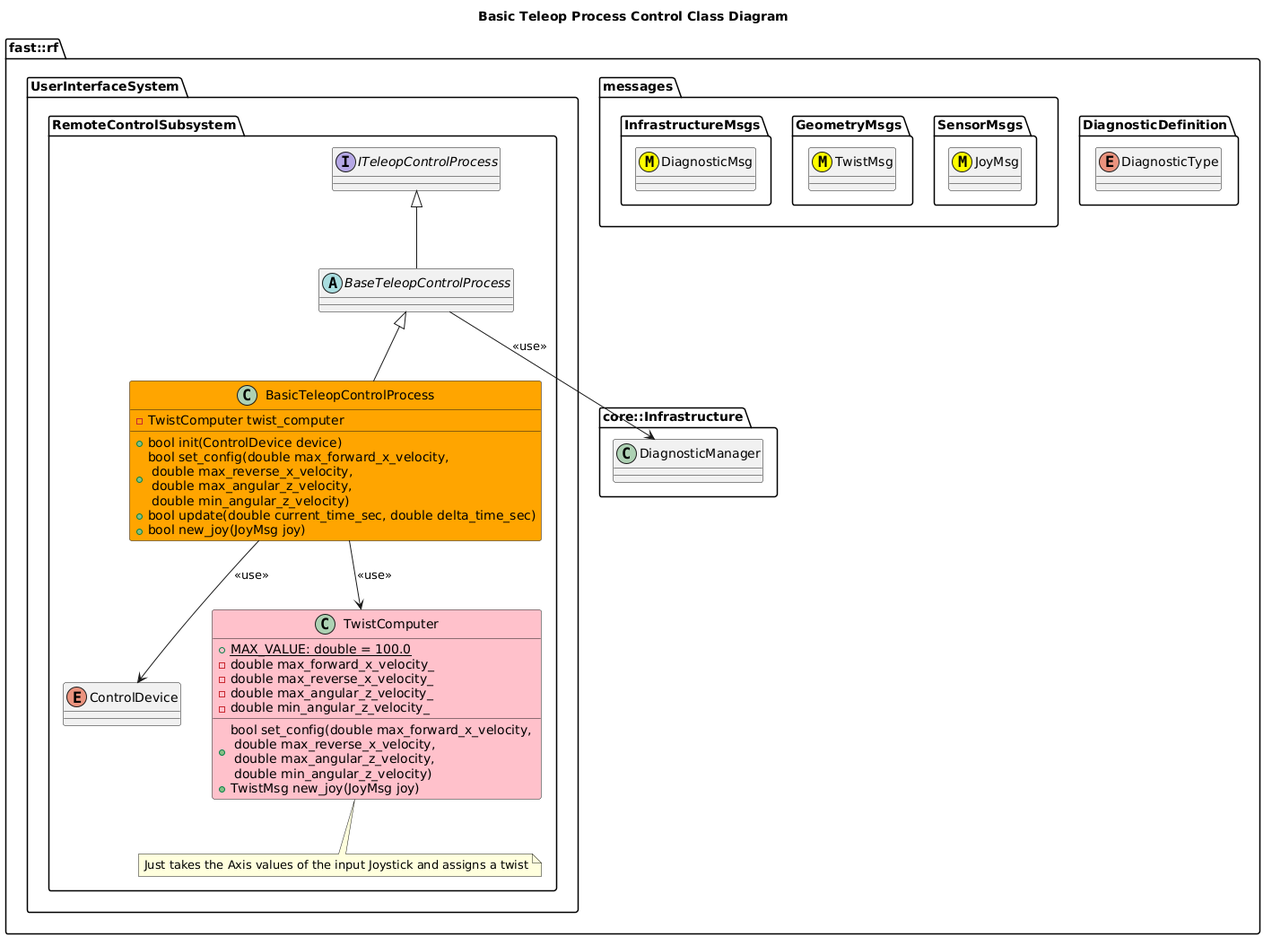
Earlier version of the PlantUML export Systems/UserInterface/Subsystems/RemoteControl/Processes/TeleopControl/doc/ProcessImplementations/puml/BasicTeleopControlProcessClassDiagram.png (fastrobotics/robot_framework).
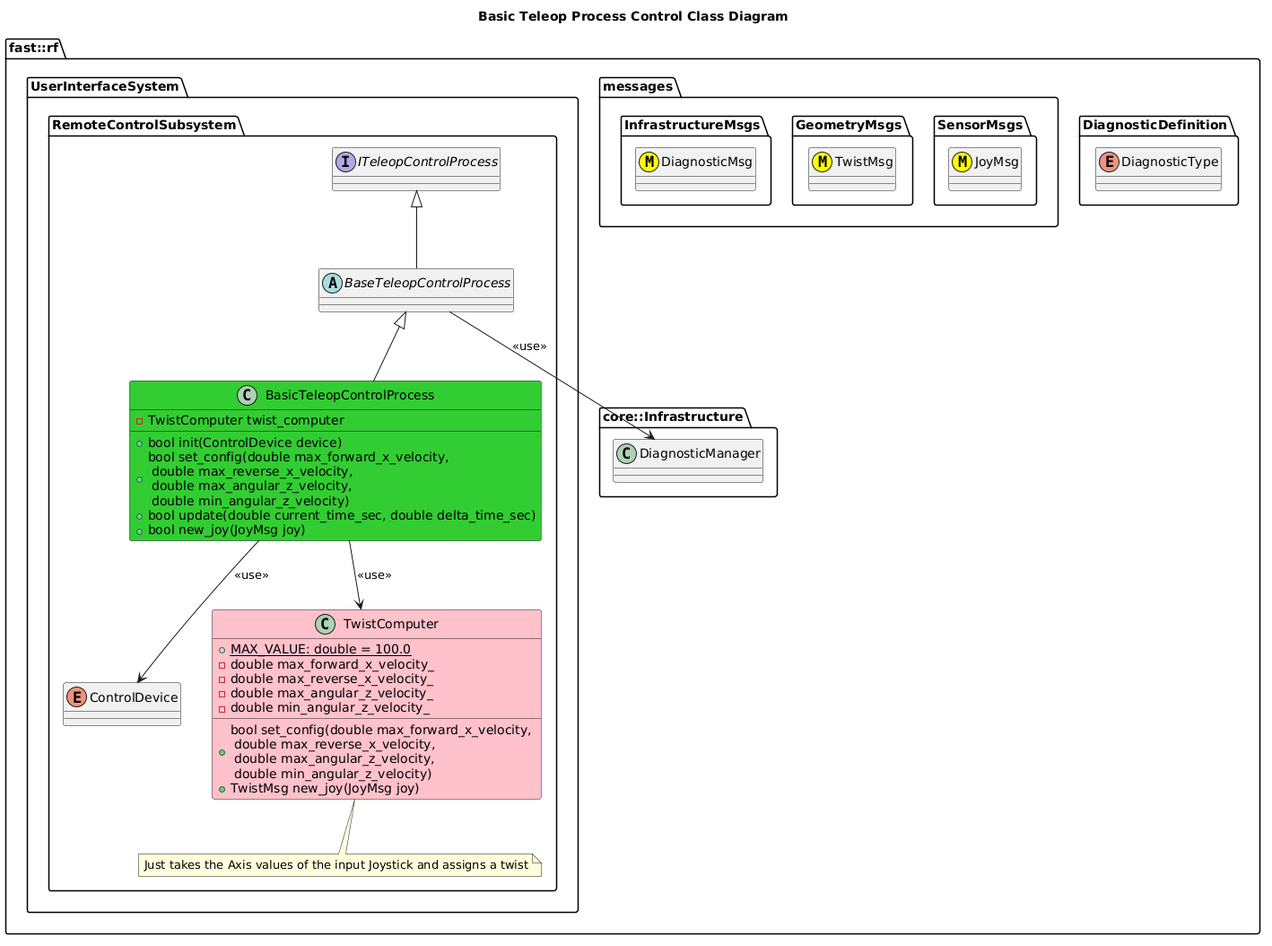
After the change.

The edit, as a diff of the source:
```diff
@@ -38,7 +38,7 @@
         note bottom of TwistComputer
           Just takes the Axis values of the input Joystick and assigns a twist
         end note
-        class BasicTeleopControlProcess #Orange {
+        class BasicTeleopControlProcess #LimeGreen {
 
           +bool init(ControlDevice device)
           +bool set_config(double max_forward_x_velocity, \n double max_reverse_x_velocity, \n double max_angular_z_velocity, \n double min_angular_z_velocity)
```
